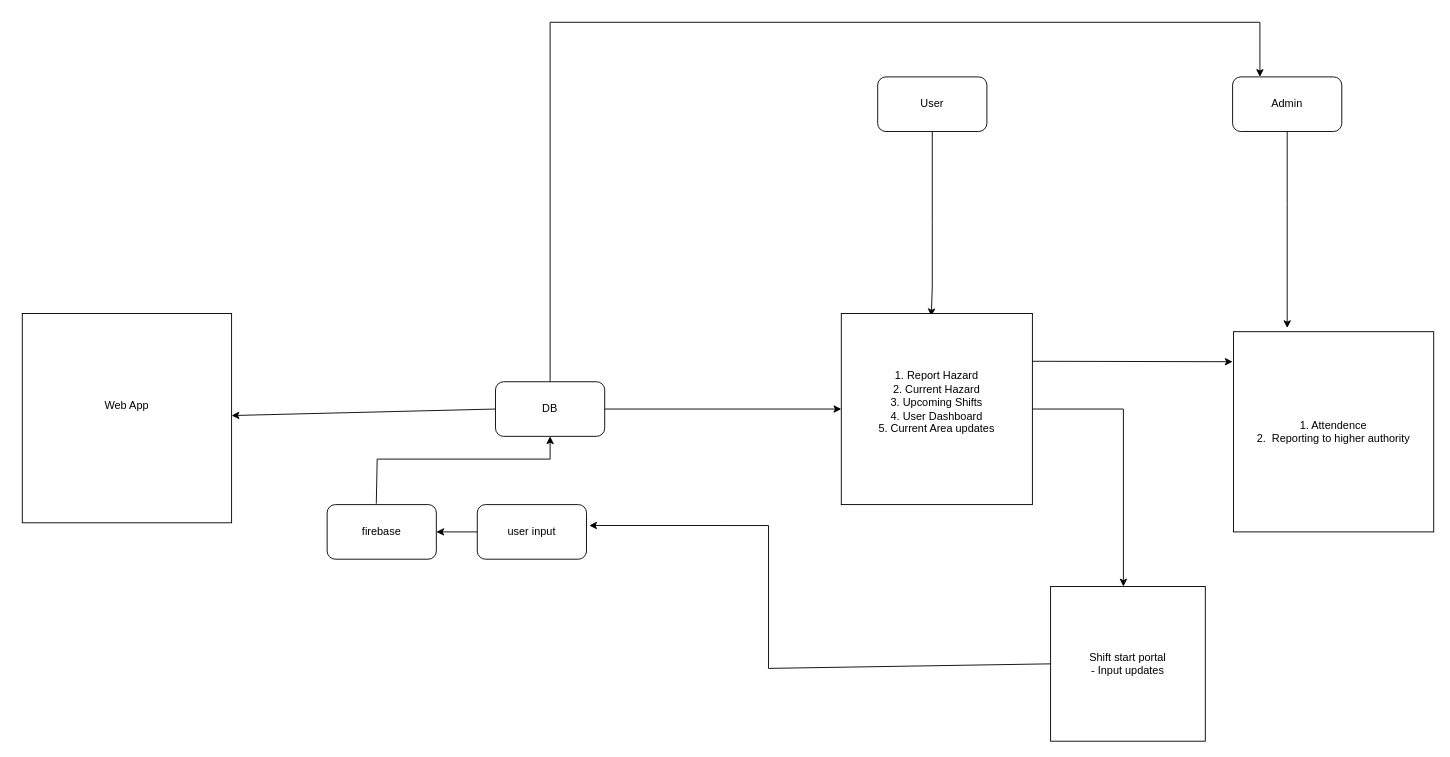
Above: Untitled Diagram.drawio in DevyanshuNegi/trialProject (draw.io), before the change. Source tidied: cells renumbered, new cells numbered last; positions are measured from the earlier drawing's top-left corner, leaving out a move shared by most shapes. Both pictures are drawn from the tidied source at 91%, with x=0, y=0 at pixel (22, 22).
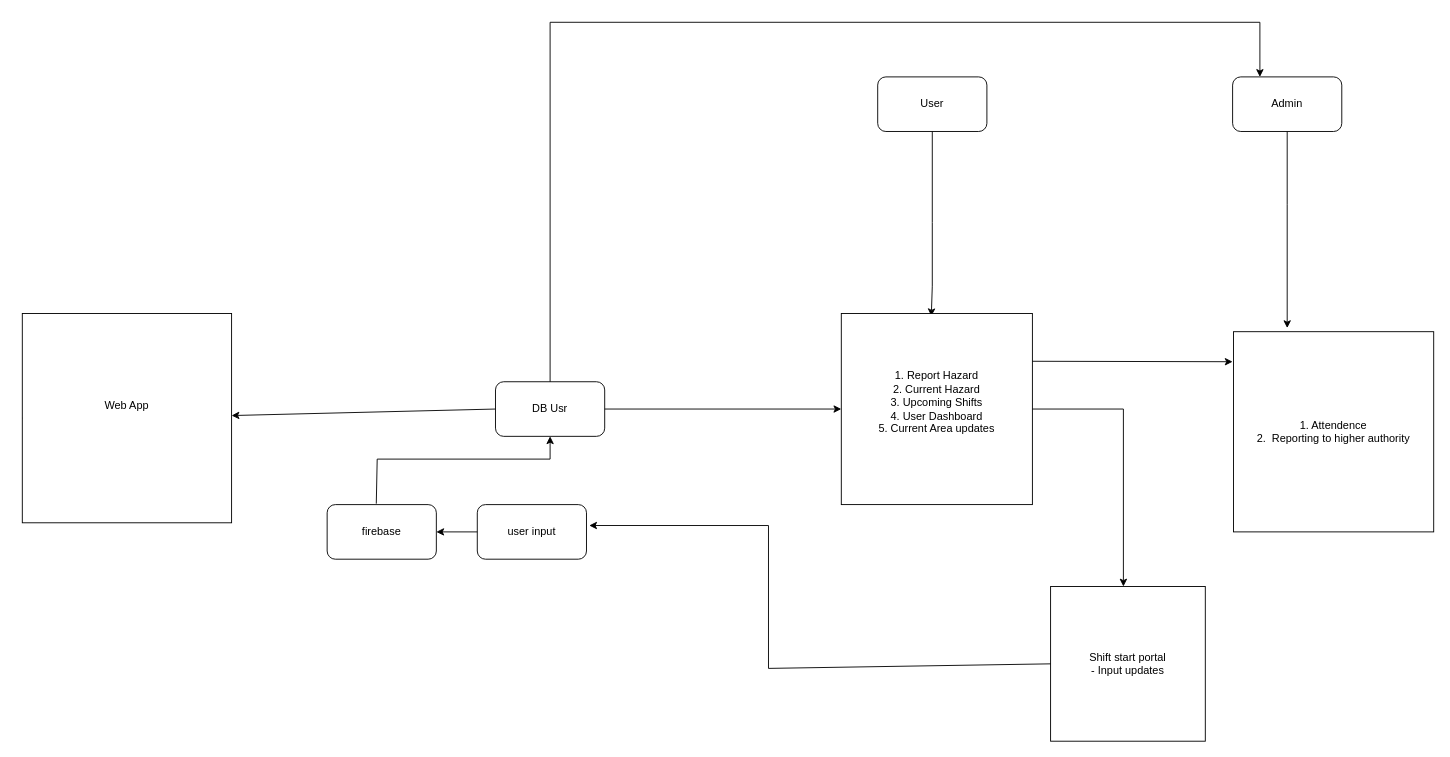
The same diagram, later.

Commit message:
Coal Mine

Diff of the diagram source:
```diff
@@
-    <mxCell id="8" value="DB" style="rounded=1;whiteSpace=wrap;html=1;" parent="1" vertex="1">
+    <mxCell id="8" value="DB Usr" style="rounded=1;whiteSpace=wrap;html=1;" parent="1" vertex="1">
       <mxGeometry x="520" y="395" width="120" height="60" as="geometry" />
     </mxCell>
```
